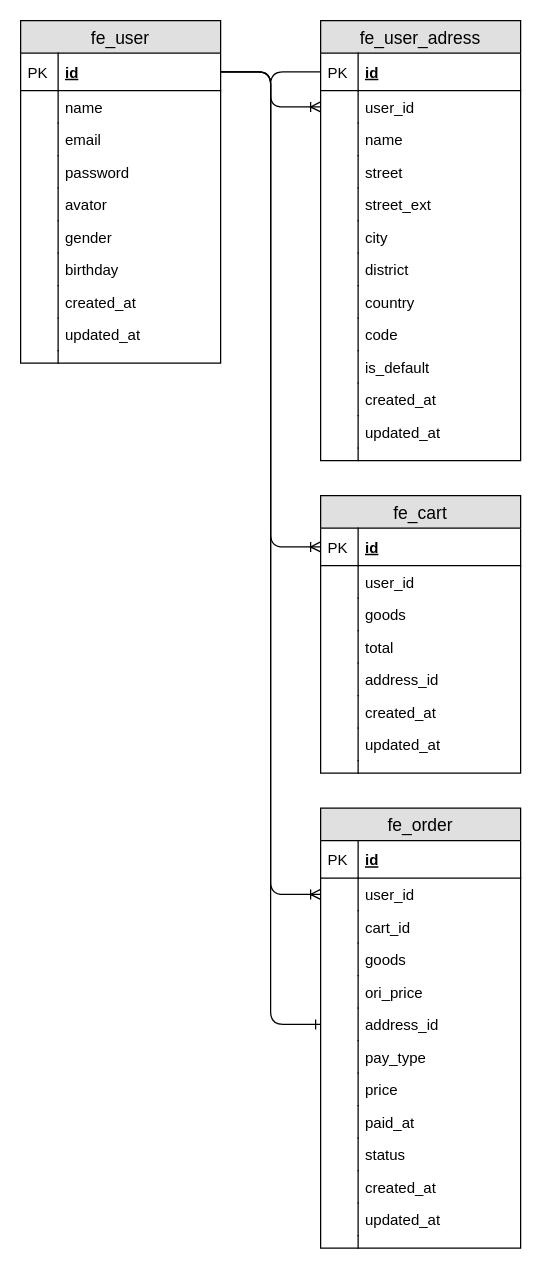
wurh/myDesignDoc keeps this draw.io diagram as 个人开源电商/littlemall_fe_service_sql.drawio. Above is the earlier version. Source tidied: cells renumbered, new cells numbered last; positions are measured from the earlier drawing's top-left corner, leaving out a move shared by most shapes. Both pictures are drawn from the tidied source at 125%, with x=0, y=0 at pixel (20, 20).
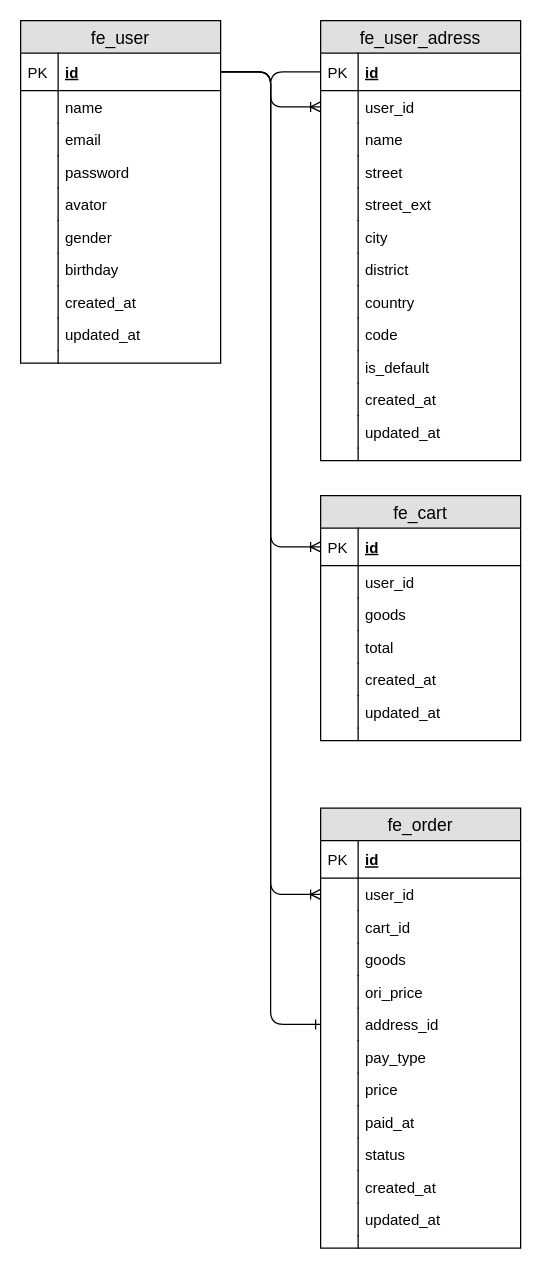
The same page after the edit.

Diff of the diagram source:
```diff
@@
     <mxCell id="51" value="fe_cart" style="swimlane;fontStyle=0;horizontal=1;startSize=26;fillColor=#e0e0e0;swimlaneFillColor=#ffffff;align=center;fontSize=14;" parent="1" vertex="1">
-      <mxGeometry x="240" y="380" width="160" height="222" as="geometry" />
+      <mxGeometry x="240" y="380" width="160" height="196" as="geometry" />
     </mxCell>
@@
-    <mxCell id="60" value="address_id" style="shape=partialRectangle;top=0;left=0;right=0;bottom=0;align=left;verticalAlign=top;fillColor=none;spacingLeft=34;spacingRight=4;overflow=hidden;fontSize=12;" parent="51" vertex="1">
-      <mxGeometry y="134" width="160" height="26" as="geometry" />
-    </mxCell>
-    <mxCell id="61" style="shape=partialRectangle;top=0;left=0;bottom=0;fillColor=none;align=left;verticalAlign=top;spacingLeft=4;spacingRight=4;overflow=hidden;fontSize=12;" parent="60" vertex="1">
-      <mxGeometry width="30" height="26" as="geometry" />
-    </mxCell>
     <mxCell id="62" value="created_at" style="shape=partialRectangle;top=0;left=0;right=0;bottom=0;align=left;verticalAlign=top;fillColor=none;spacingLeft=34;spacingRight=4;overflow=hidden;fontSize=12;" parent="51" vertex="1">
-      <mxGeometry y="160" width="160" height="26" as="geometry" />
+      <mxGeometry y="134" width="160" height="26" as="geometry" />
     </mxCell>
@@
     <mxCell id="64" value="updated_at" style="shape=partialRectangle;top=0;left=0;right=0;bottom=0;align=left;verticalAlign=top;fillColor=none;spacingLeft=34;spacingRight=4;overflow=hidden;fontSize=12;" parent="51" vertex="1">
-      <mxGeometry y="186" width="160" height="26" as="geometry" />
+      <mxGeometry y="160" width="160" height="26" as="geometry" />
     </mxCell>
@@
     <mxCell id="66" style="shape=partialRectangle;top=0;left=0;right=0;bottom=0;align=left;verticalAlign=top;fillColor=none;spacingLeft=34;spacingRight=4;overflow=hidden;fontSize=12;" parent="51" vertex="1">
-      <mxGeometry y="212" width="160" height="10" as="geometry" />
+      <mxGeometry y="186" width="160" height="10" as="geometry" />
     </mxCell>
```
